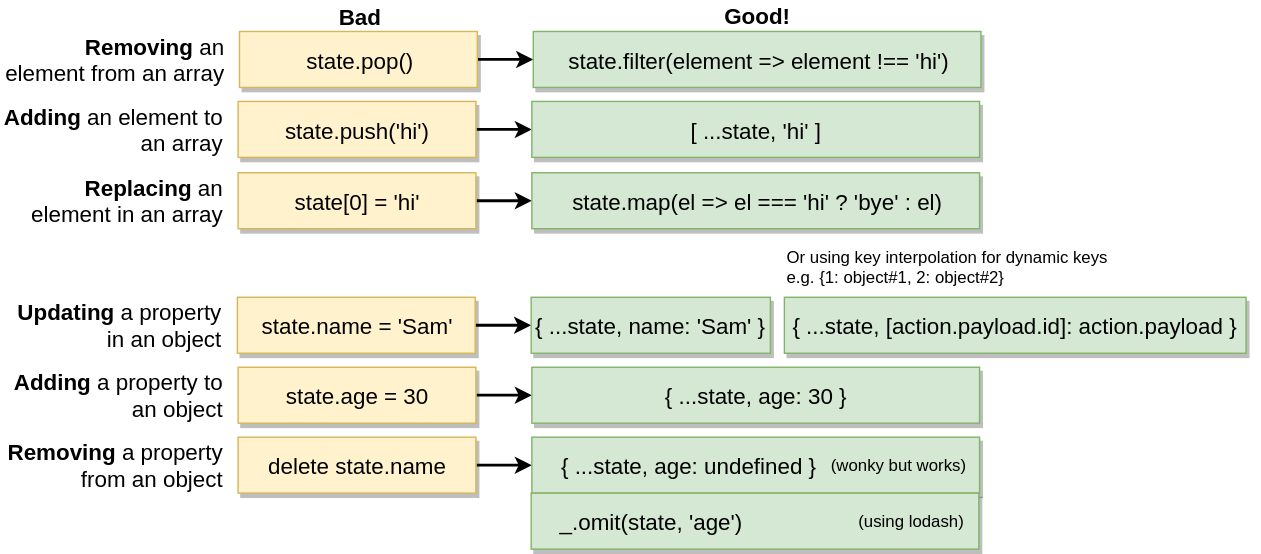
The draw.io diagram diagrams/reducers-how-to-avoid-mutating-state.svg in serodriguez68/react-cheatsheet-udemy-2019, before a commit. Source tidied: cells renumbered, new cells last; positions are measured from the earlier drawing's top-left corner, leaving out a move shared by most shapes.
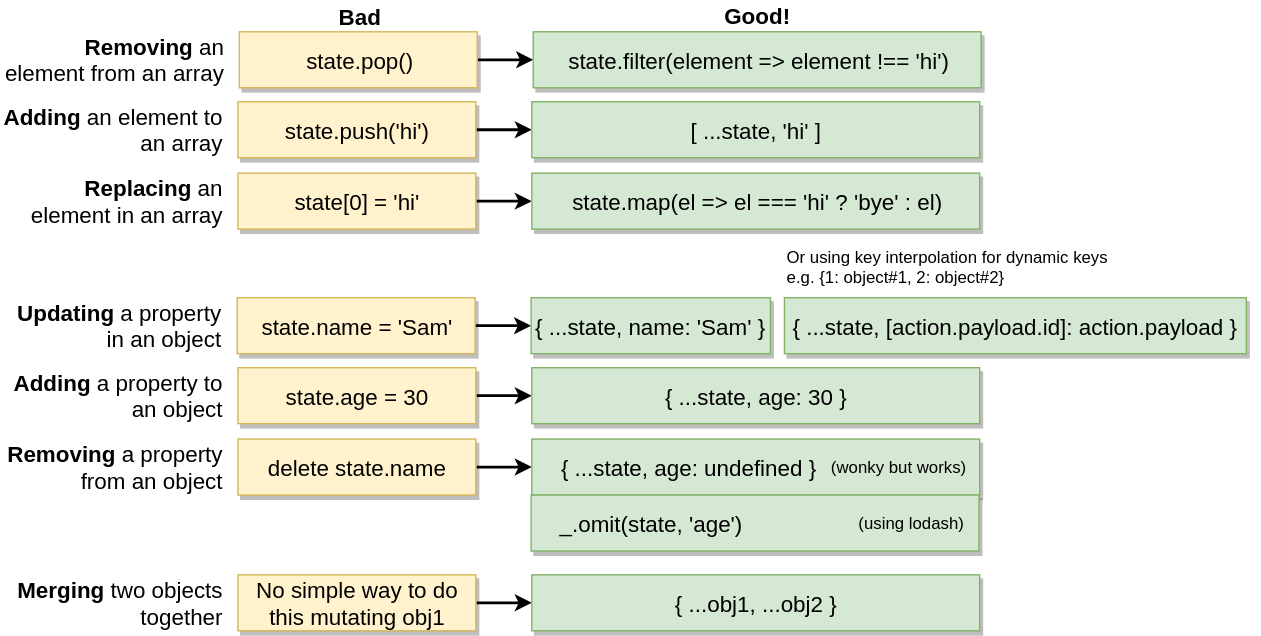
The same file after the commit.

Change to the diagram source:
```diff
@@ -72,22 +72,22 @@
       <mxGeometry relative="1" as="geometry" />
     </mxCell>
     <mxCell id="25" value="delete state.name" style="rounded=0;whiteSpace=wrap;html=1;fontSize=16;shadow=1;fillColor=#fff2cc;strokeColor=#d6b656;" parent="1" vertex="1">
-      <mxGeometry x="169.5" y="312" width="170" height="40" as="geometry" />
+      <mxGeometry x="169.5" y="313" width="170" height="40" as="geometry" />
     </mxCell>
     <mxCell id="26" value="&amp;nbsp; &amp;nbsp; { ...state, age: undefined }" style="rounded=0;whiteSpace=wrap;html=1;fontSize=16;shadow=1;fillColor=#d5e8d4;strokeColor=#82b366;align=left;" parent="1" vertex="1">
-      <mxGeometry x="379.5" y="312" width="320" height="40" as="geometry" />
+      <mxGeometry x="379.5" y="313" width="320" height="40" as="geometry" />
     </mxCell>
     <mxCell id="27" value="&lt;b&gt;Removing &lt;/b&gt;a property from an object" style="text;html=1;strokeColor=none;fillColor=none;align=right;verticalAlign=middle;whiteSpace=wrap;rounded=0;shadow=1;fontSize=16;" parent="1" vertex="1">
-      <mxGeometry x="0.5" y="322" width="160" height="20" as="geometry" />
+      <mxGeometry x="0.5" y="323" width="160" height="20" as="geometry" />
     </mxCell>
     <mxCell id="28" value="&amp;nbsp; &amp;nbsp; _.omit(state, 'age')" style="rounded=0;whiteSpace=wrap;html=1;fontSize=16;shadow=1;fillColor=#d5e8d4;strokeColor=#82b366;align=left;" parent="1" vertex="1">
-      <mxGeometry x="379" y="352" width="320" height="40" as="geometry" />
+      <mxGeometry x="379" y="353" width="320" height="40" as="geometry" />
     </mxCell>
     <mxCell id="29" value="(using lodash)" style="text;html=1;strokeColor=none;fillColor=none;align=center;verticalAlign=middle;whiteSpace=wrap;rounded=0;" parent="1" vertex="1">
-      <mxGeometry x="610.5" y="362" width="80" height="20" as="geometry" />
+      <mxGeometry x="610.5" y="363" width="80" height="20" as="geometry" />
     </mxCell>
     <mxCell id="30" value="(wonky but works)" style="text;html=1;strokeColor=none;fillColor=none;align=center;verticalAlign=middle;whiteSpace=wrap;rounded=0;" parent="1" vertex="1">
-      <mxGeometry x="590.5" y="322" width="100" height="20" as="geometry" />
+      <mxGeometry x="590.5" y="323" width="100" height="20" as="geometry" />
     </mxCell>
     <mxCell id="31" value="{ ...state, [action.payload.id]: action.payload }" style="rounded=0;whiteSpace=wrap;html=1;fontSize=16;shadow=1;fillColor=#d5e8d4;strokeColor=#82b366;" parent="1" vertex="1">
       <mxGeometry x="560" y="212" width="330" height="40" as="geometry" />
@@ -95,5 +95,17 @@
     <mxCell id="32" value="Or using key interpolation for dynamic keys &lt;br&gt;e.g. {1: object#1, 2: object#2}" style="text;html=1;strokeColor=none;fillColor=none;align=left;verticalAlign=middle;whiteSpace=wrap;rounded=0;" parent="1" vertex="1">
       <mxGeometry x="560" y="170" width="340" height="40" as="geometry" />
     </mxCell>
+    <mxCell id="33" style="edgeStyle=orthogonalEdgeStyle;rounded=0;html=1;exitX=1;exitY=0.5;jettySize=auto;strokeWidth=2;fontSize=16;" parent="1" edge="1" source="34" target="35">
+      <mxGeometry relative="1" as="geometry" />
+    </mxCell>
+    <mxCell id="34" value="No simple way to do this mutating obj1" style="rounded=0;whiteSpace=wrap;html=1;fontSize=16;shadow=1;fillColor=#fff2cc;strokeColor=#d6b656;" parent="1" vertex="1">
+      <mxGeometry x="169.5" y="410" width="170" height="40" as="geometry" />
+    </mxCell>
+    <mxCell id="35" value="{ ...obj1, ...obj2 }" style="rounded=0;whiteSpace=wrap;html=1;fontSize=16;shadow=1;fillColor=#d5e8d4;strokeColor=#82b366;" parent="1" vertex="1">
+      <mxGeometry x="379.5" y="410" width="320" height="40" as="geometry" />
+    </mxCell>
+    <mxCell id="36" value="&lt;b&gt;Merging&lt;/b&gt;&amp;nbsp;two objects together" style="text;html=1;strokeColor=none;fillColor=none;align=right;verticalAlign=middle;whiteSpace=wrap;rounded=0;shadow=1;fontSize=16;" parent="1" vertex="1">
+      <mxGeometry x="0.5" y="420" width="160" height="20" as="geometry" />
+    </mxCell>
   </root>
 </mxGraphModel>
```
